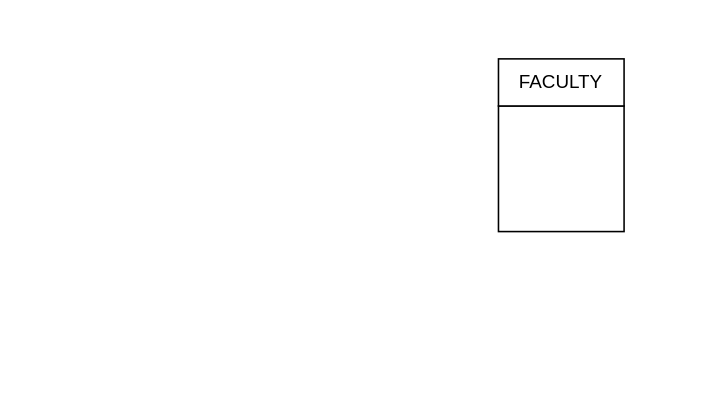
smuzaffarov/CPCS2100 keeps this draw.io diagram as Lab 06 (Design + Modeling).drawio. Above is the earlier version. Source tidied: cells renumbered, new cells numbered last; positions are measured from the earlier drawing's top-left corner, leaving out a move shared by most shapes. Both pictures are drawn from the tidied source at 157%, with x=0, y=0 at pixel (498, 58).
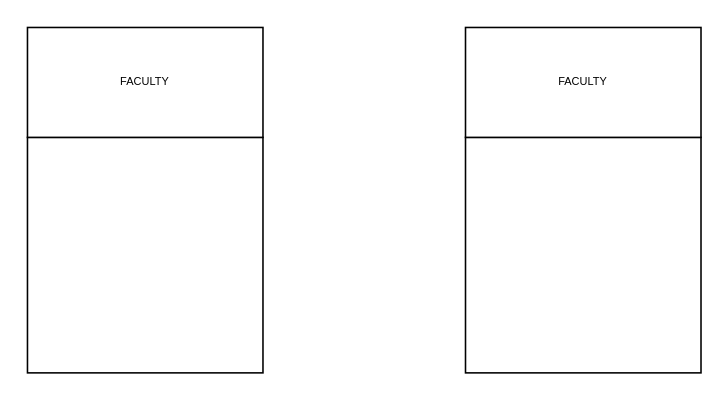
Above is the later version.

The edit, as a diff of the source:
```diff
@@
 <mxGraphModel>
   <root>
     <mxCell id="0" />
     <mxCell id="1" parent="0" />
     <mxCell id="2" style="whiteSpace=wrap;html=1;" parent="1" vertex="1">
-      <mxGeometry y="30" width="80" height="80" as="geometry" />
+      <mxGeometry x="-300" y="50" width="150" height="150" as="geometry" />
     </mxCell>
     <mxCell id="3" style="rounded=0;whiteSpace=wrap;html=1;" parent="1" vertex="1">
-      <mxGeometry width="80" height="30" as="geometry" />
+      <mxGeometry x="-300" y="-20" width="150" height="70" as="geometry" />
     </mxCell>
-    <mxCell id="4" value="FACULTY" style="text;html=1;align=center;verticalAlign=middle;whiteSpace=wrap;rounded=0;dashed=1;" parent="1" vertex="1">
-      <mxGeometry x="10" y="10" width="60" height="10" as="geometry" />
+    <mxCell id="4" value="FACULTY" style="text;html=1;align=center;verticalAlign=middle;whiteSpace=wrap;rounded=0;dashed=1;fontSize=7;" parent="1" vertex="1">
+      <mxGeometry x="-255" y="10" width="60" height="10" as="geometry" />
     </mxCell>
+    <mxCell id="5" style="whiteSpace=wrap;html=1;" parent="1" vertex="1">
+      <mxGeometry x="-21" y="50" width="150" height="150" as="geometry" />
+    </mxCell>
+    <mxCell id="6" style="rounded=0;whiteSpace=wrap;html=1;" parent="1" vertex="1">
+      <mxGeometry x="-21" y="-20" width="150" height="70" as="geometry" />
+    </mxCell>
+    <mxCell id="7" value="FACULTY" style="text;html=1;align=center;verticalAlign=middle;whiteSpace=wrap;rounded=0;dashed=1;fontSize=7;" parent="1" vertex="1">
+      <mxGeometry x="24" y="10" width="60" height="10" as="geometry" />
+    </mxCell>
   </root>
 </mxGraphModel>
```
